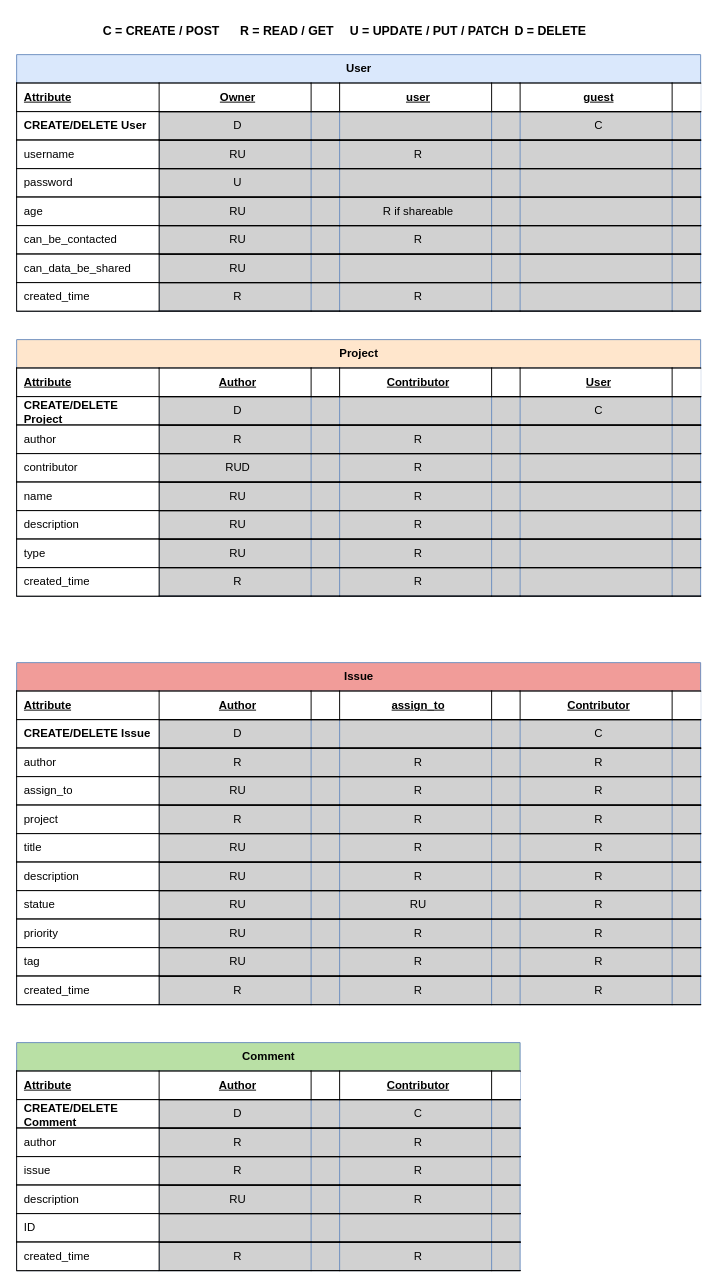
Earlier version of the draw.io diagram page "Permission" (3 of 3) of SoftDesk_Support/Doc/P10_model.drawio (CuteSlime/P10_Creez_une_API_securisee_RESTful_en_utilisant_Django_REST). Source tidied: cells renumbered, new cells numbered last; positions are measured from the earlier drawing's top-left corner, leaving out a move shared by most shapes. Both pictures are drawn from the tidied source at 95%, with x=0, y=0 at pixel (16, 16).
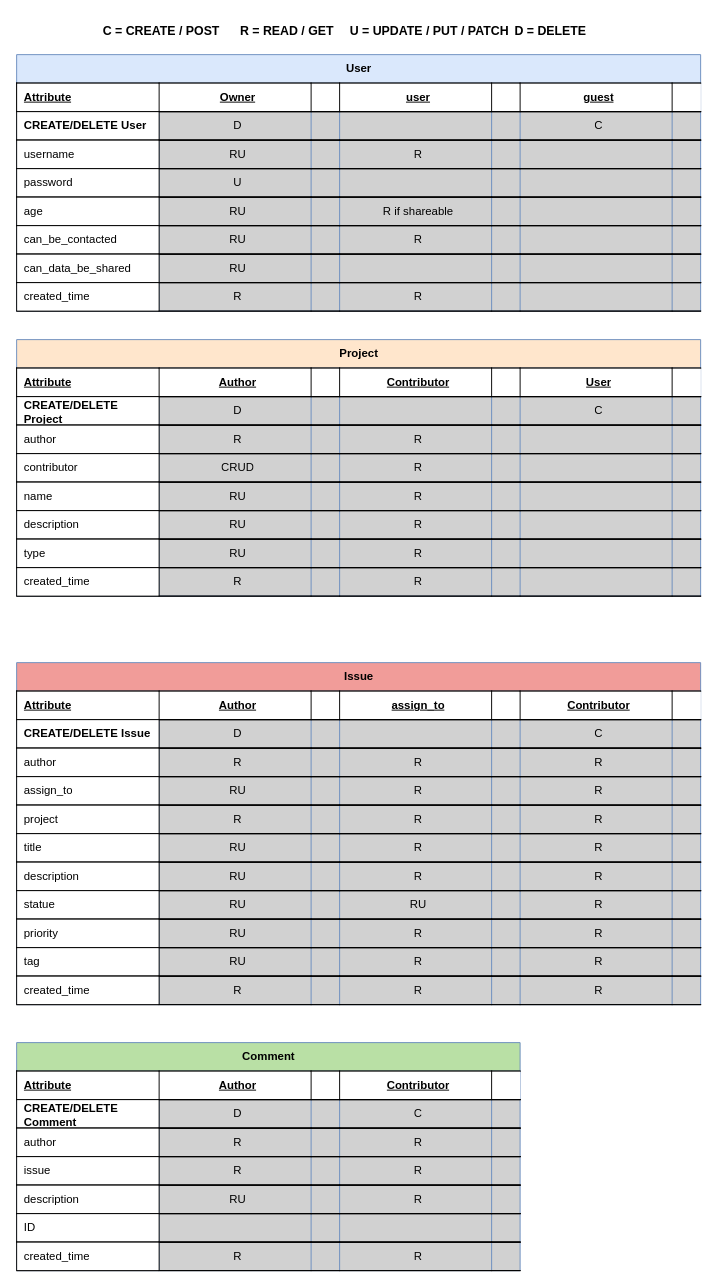
The same diagram, later.

Commit message:
Mettre à jour P10_model.drawio

The change refers to these unchanged cells:
```xml
<mxCell id="93" style="shape=tableRow;horizontal=0;startSize=0;swimlaneHead=0;swimlaneBody=0;fillColor=none;top=1;left=0;right=0;bottom=1;labelBorderColor=none;" parent="68" vertex="1">
  <mxGeometry y="120" width="720" height="30" as="geometry" />
</mxCell>
```

The edit, as a diff of the source:
```diff
@@
-    <mxCell id="95" value="RUD" style="shape=partialRectangle;fillColor=none;top=1;left=0;bottom=1;right=0;align=center;spacingLeft=6;overflow=hidden;whiteSpace=wrap;html=1;labelBorderColor=none;strokeColor=default;" parent="93" vertex="1">
+    <mxCell id="95" value="CRUD" style="shape=partialRectangle;fillColor=none;top=1;left=0;bottom=1;right=0;align=center;spacingLeft=6;overflow=hidden;whiteSpace=wrap;html=1;labelBorderColor=none;strokeColor=default;" parent="93" vertex="1">
       <mxGeometry x="150" width="160" height="30" as="geometry" />
     </mxCell>
```
